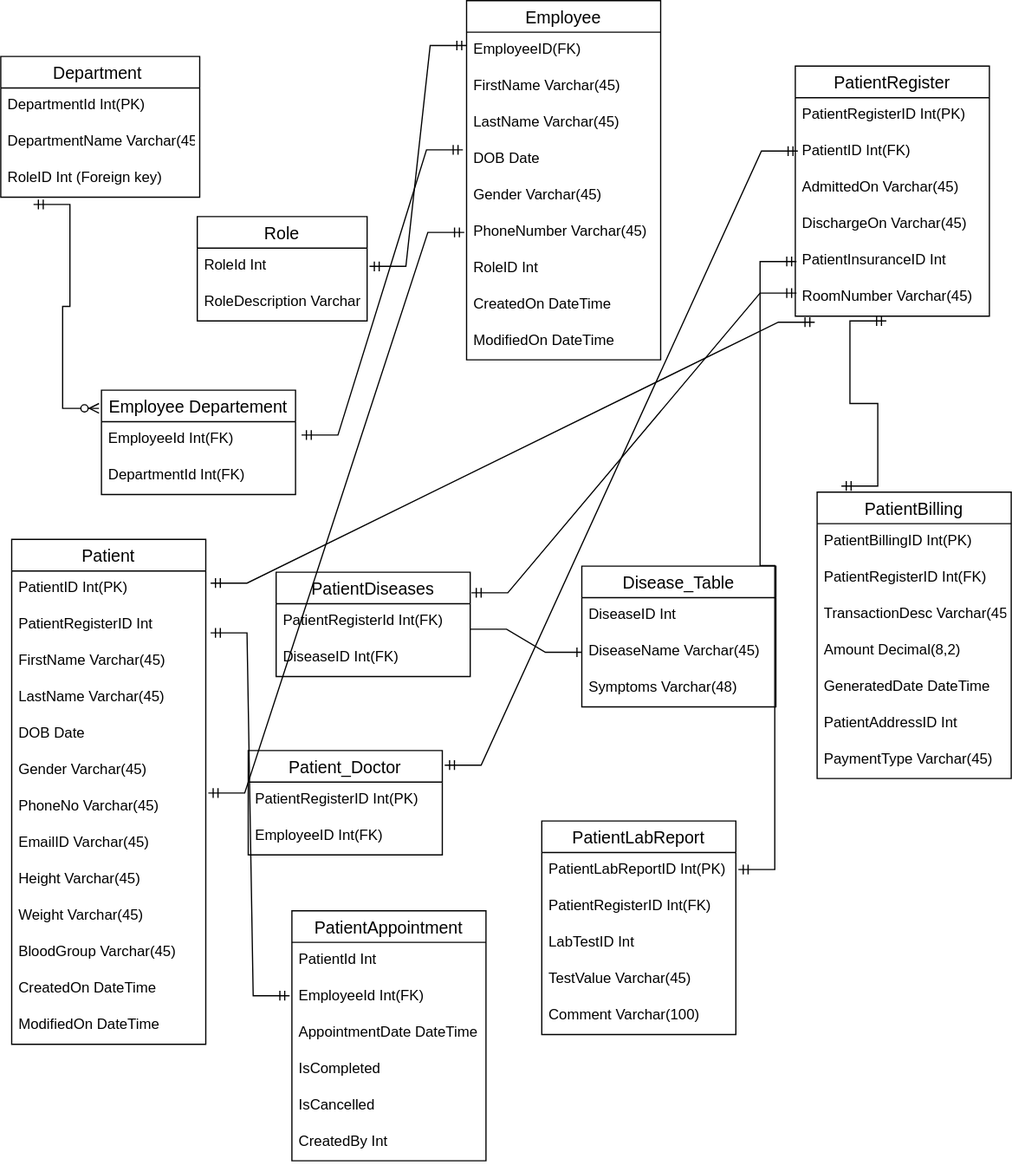
Before: Hospital Management System/Hospital Management System.drawio.svg, a diagram exported from draw.io (Mahima-01/Training-Repository). Source tidied: cells renumbered, new cells last; positions are measured from the earlier drawing's top-left corner, leaving out a move shared by most shapes.
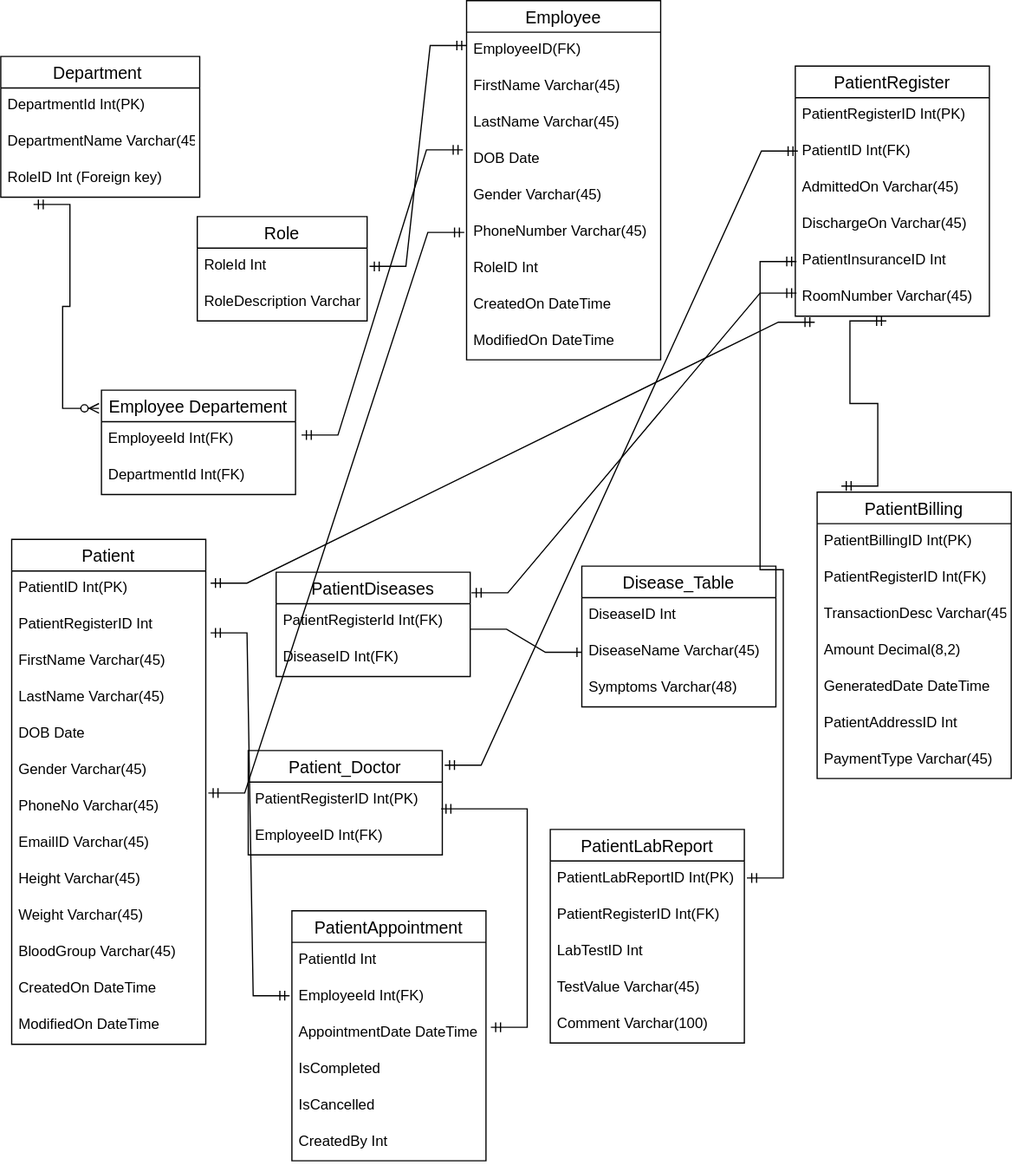
Later version of the same file.

Commit message:
Establishing relationships with tables

What changed in the source:
```diff
@@ -123,7 +123,7 @@
       <mxGeometry y="176" width="160" height="30" as="geometry" />
     </mxCell>
     <mxCell id="41" value="PatientLabReport" style="swimlane;fontStyle=0;horizontal=1;startSize=26;align=center;fontSize=14;" parent="1" vertex="1">
-      <mxGeometry x="446" y="676" width="160" height="176" as="geometry" />
+      <mxGeometry x="453" y="683" width="160" height="176" as="geometry" />
     </mxCell>
     <mxCell id="42" value="PatientLabReportID Int(PK)" style="text;strokeColor=none;fillColor=none;spacingLeft=4;spacingRight=4;overflow=hidden;points=[[0,0.5],[1,0.5]];portConstraint=eastwest;fontSize=12;" parent="41" vertex="1">
       <mxGeometry y="26" width="160" height="30" as="geometry" />
@@ -260,5 +260,10 @@
     <mxCell id="84" style="edgeStyle=entityRelationEdgeStyle;fontSize=12;html=1;endArrow=ERmandOne;startArrow=ERmandOne;rounded=0;entryX=-0.012;entryY=0.467;entryDx=0;entryDy=0;entryPerimeter=0;exitX=1.025;exitY=0.7;exitDx=0;exitDy=0;exitPerimeter=0;" parent="1" edge="1" source="49" target="79">
       <mxGeometry relative="1" as="geometry" />
     </mxCell>
+    <mxCell id="85" style="edgeStyle=entityRelationEdgeStyle;fontSize=12;html=1;endArrow=ERmandOne;startArrow=ERmandOne;rounded=0;entryX=0.994;entryY=0.733;entryDx=0;entryDy=0;entryPerimeter=0;" parent="1" edge="1" target="62">
+      <mxGeometry relative="1" as="geometry">
+        <mxPoint x="404" y="846" as="sourcePoint" />
+      </mxGeometry>
+    </mxCell>
   </root>
 </mxGraphModel>
```
